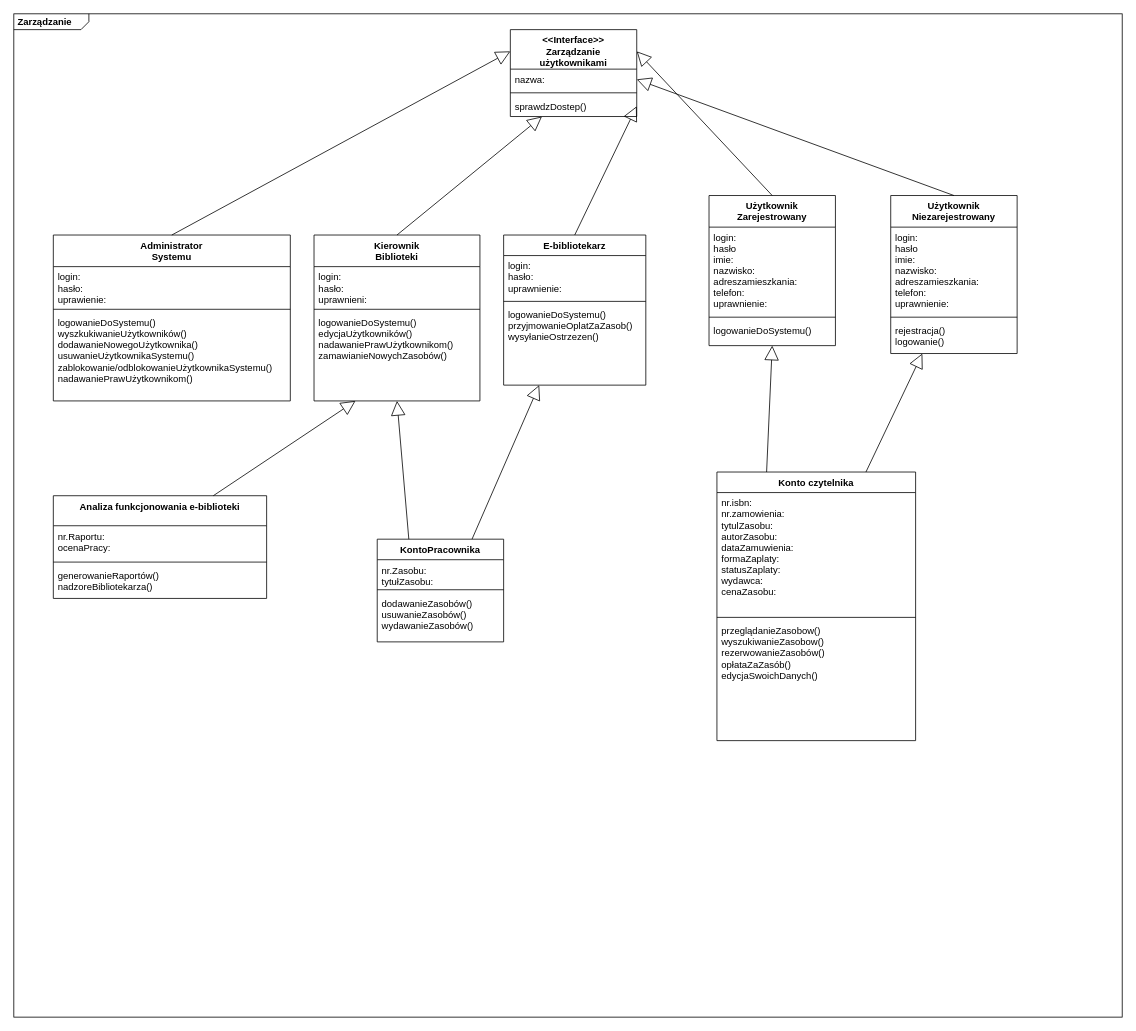
This is Untitled Diagram.drawio from jacob3655/jr17ti3c, a draw.io file, before an edit. Source tidied: cells renumbered, new cells numbered last; positions are measured from the earlier drawing's top-left corner, leaving out a move shared by most shapes. Both pictures are drawn from the tidied source at 79%, with x=0, y=0 at pixel (13, 13).
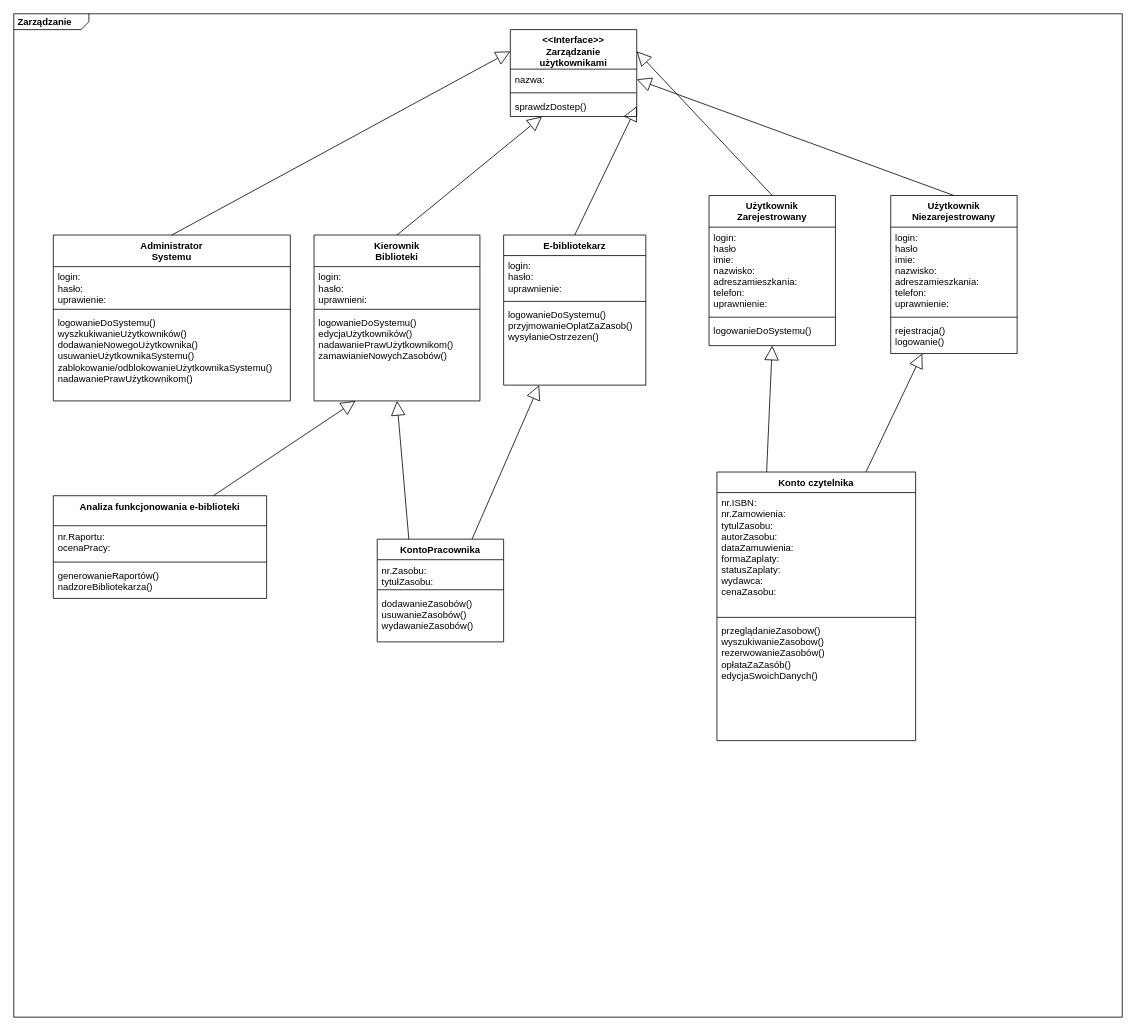
The same diagram, later.

Unchanged cells that the change refers to:
```xml
<mxCell id="35" value="Konto czytelnika" style="swimlane;fontStyle=1;align=center;verticalAlign=top;horizontal=1;startSize=26;" parent="1" vertex="1">
  <mxGeometry x="890" y="580" width="251.5" height="340" as="geometry" />
</mxCell>
```

What changed in the source:
```diff
@@
-    <mxCell id="36" value="nr.isbn:&#10;nr.zamowienia:&#10;tytulZasobu:&#10;autorZasobu:&#10;dataZamuwienia:&#10;formaZaplaty:&#10;statusZaplaty:&#10;wydawca:&#10;cenaZasobu:" style="text;strokeColor=none;fillColor=none;align=left;verticalAlign=top;spacingLeft=4;spacingRight=4;overflow=hidden;" parent="35" vertex="1">
+    <mxCell id="36" value="nr.ISBN:&#10;nr.Zamowienia:&#10;tytulZasobu:&#10;autorZasobu:&#10;dataZamuwienia:&#10;formaZaplaty:&#10;statusZaplaty:&#10;wydawca:&#10;cenaZasobu:" style="text;strokeColor=none;fillColor=none;align=left;verticalAlign=top;spacingLeft=4;spacingRight=4;overflow=hidden;" parent="35" vertex="1">
       <mxGeometry y="26" width="251.5" height="154" as="geometry" />
     </mxCell>
```
